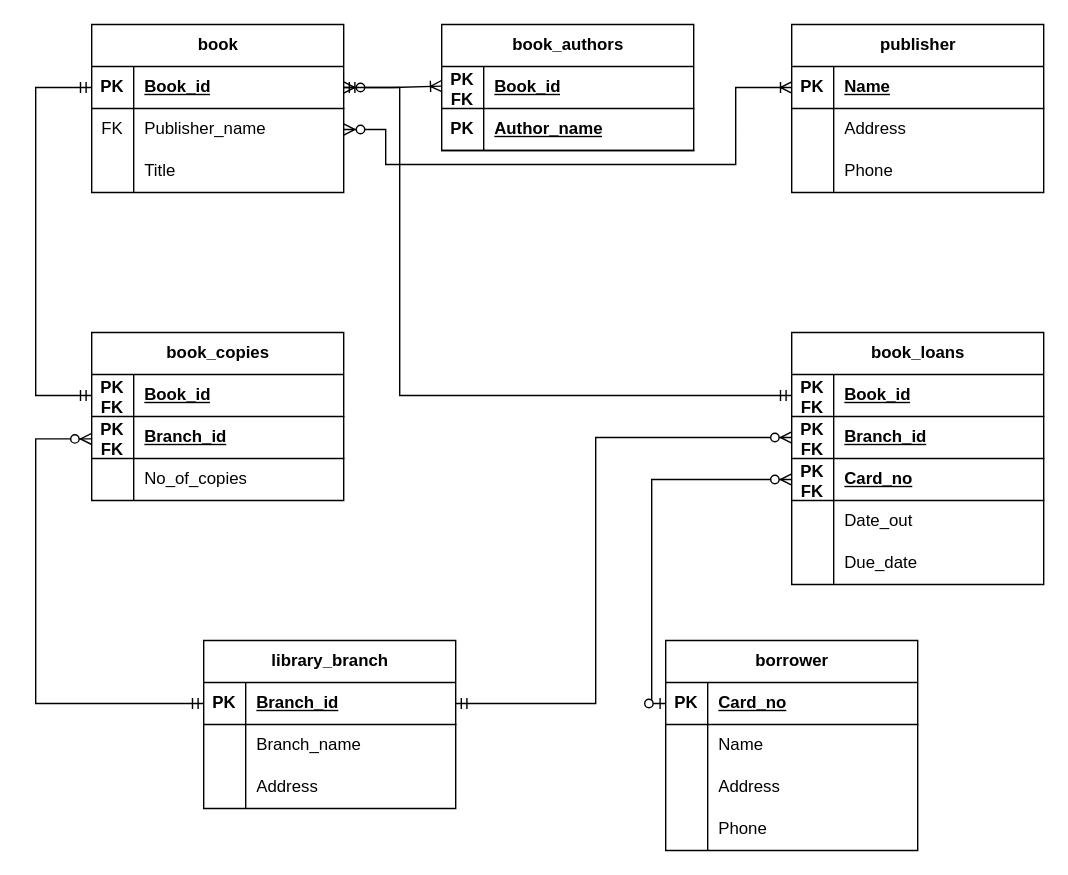
Before: week3.drawio in GreenFella/databaseclass, a draw.io diagram. Source tidied: cells renumbered, new cells numbered last; positions are measured from the earlier drawing's top-left corner, leaving out a move shared by most shapes. Both pictures are drawn from the tidied source at 140%, with x=0, y=0 at pixel (35, 24).
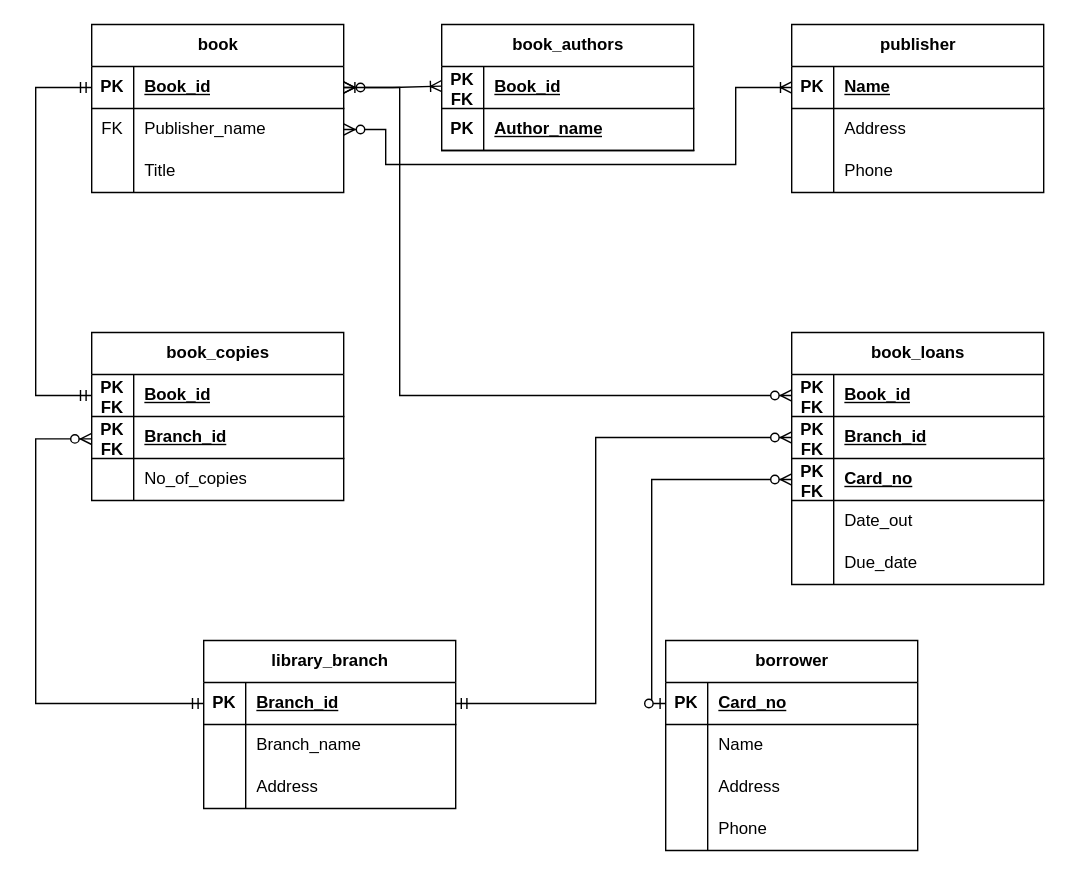
The same diagram, later.

The change refers to these unchanged cells:
```xml
<mxCell id="36" style="shape=tableRow;horizontal=0;startSize=0;swimlaneHead=0;swimlaneBody=0;fillColor=none;points=[[0,0.5],[1,0.5]];portConstraint=eastwest;top=0;left=0;right=0;bottom=1;" parent="35" vertex="1">
  <mxGeometry y="30" width="180" height="30" as="geometry" />
</mxCell>
<mxCell id="59" style="shape=tableRow;horizontal=0;startSize=0;swimlaneHead=0;swimlaneBody=0;fillColor=none;points=[[0,0.5],[1,0.5]];portConstraint=eastwest;top=0;left=0;right=0;bottom=1;" parent="58" vertex="1">
  <mxGeometry y="30" width="180" height="30" as="geometry" />
</mxCell>
```

Diff of the diagram source:
```diff
@@
-    <mxCell id="81" style="edgeStyle=orthogonalEdgeStyle;fontSize=12;html=1;endArrow=ERmandOne;startArrow=ERmandOne;rounded=0;entryX=0;entryY=0.5;entryDx=0;entryDy=0;exitX=1;exitY=0.5;exitDx=0;exitDy=0;" parent="1" edge="1" source="59" target="36">
-      <mxGeometry relative="1" as="geometry">
-        <Array as="points">
-          <mxPoint x="260" y="45" />
-          <mxPoint x="260" y="265" />
-        </Array>
-      </mxGeometry>
-    </mxCell>
@@
+    <mxCell id="85" style="edgeStyle=orthogonalEdgeStyle;fontSize=12;html=1;endArrow=ERoneToMany;startArrow=ERzeroToMany;rounded=0;entryX=1;entryY=0.5;entryDx=0;entryDy=0;" parent="1" edge="1" source="36" target="59">
+      <mxGeometry relative="1" as="geometry">
+        <Array as="points">
+          <mxPoint x="260" y="265" />
+          <mxPoint x="260" y="45" />
+        </Array>
+      </mxGeometry>
+    </mxCell>
```
